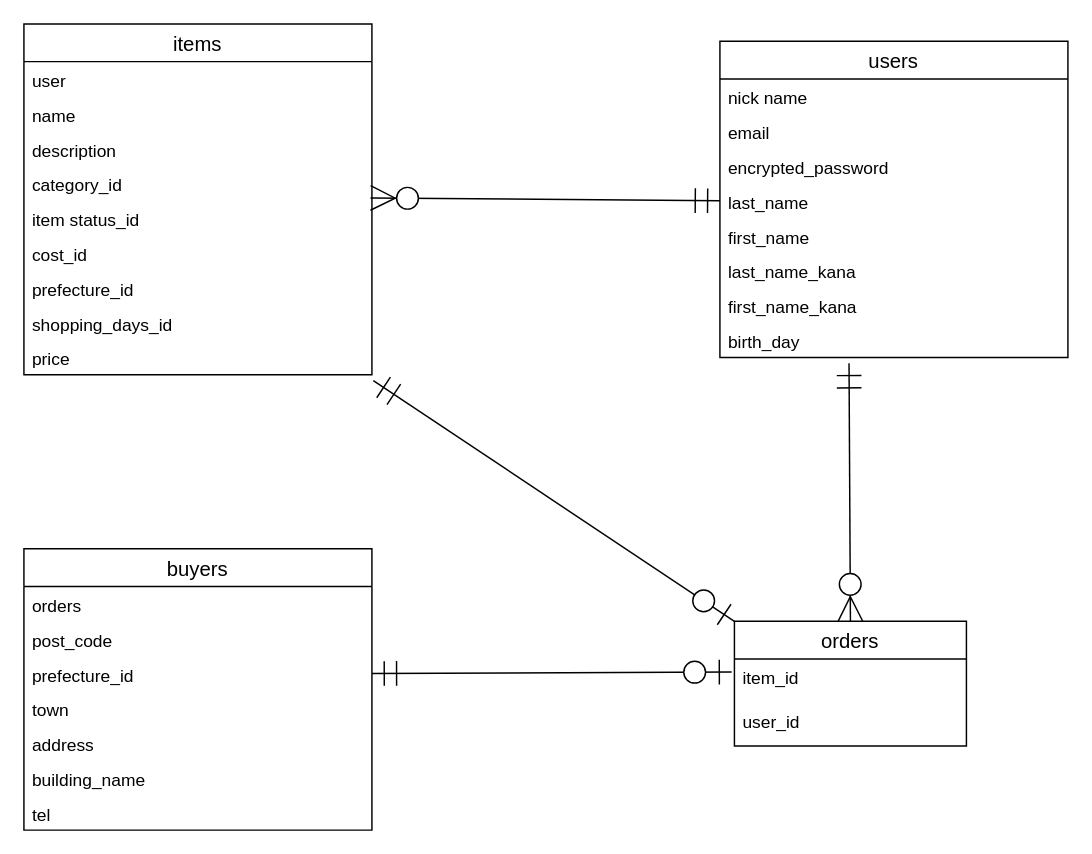
Falendre/furima-39219 keeps this draw.io diagram as frima.dio. Above is the earlier version. Source tidied: cells renumbered, new cells numbered last; positions are measured from the earlier drawing's top-left corner, leaving out a move shared by most shapes. Both pictures are drawn from the tidied source at 145%, with x=0, y=0 at pixel (23, 23).
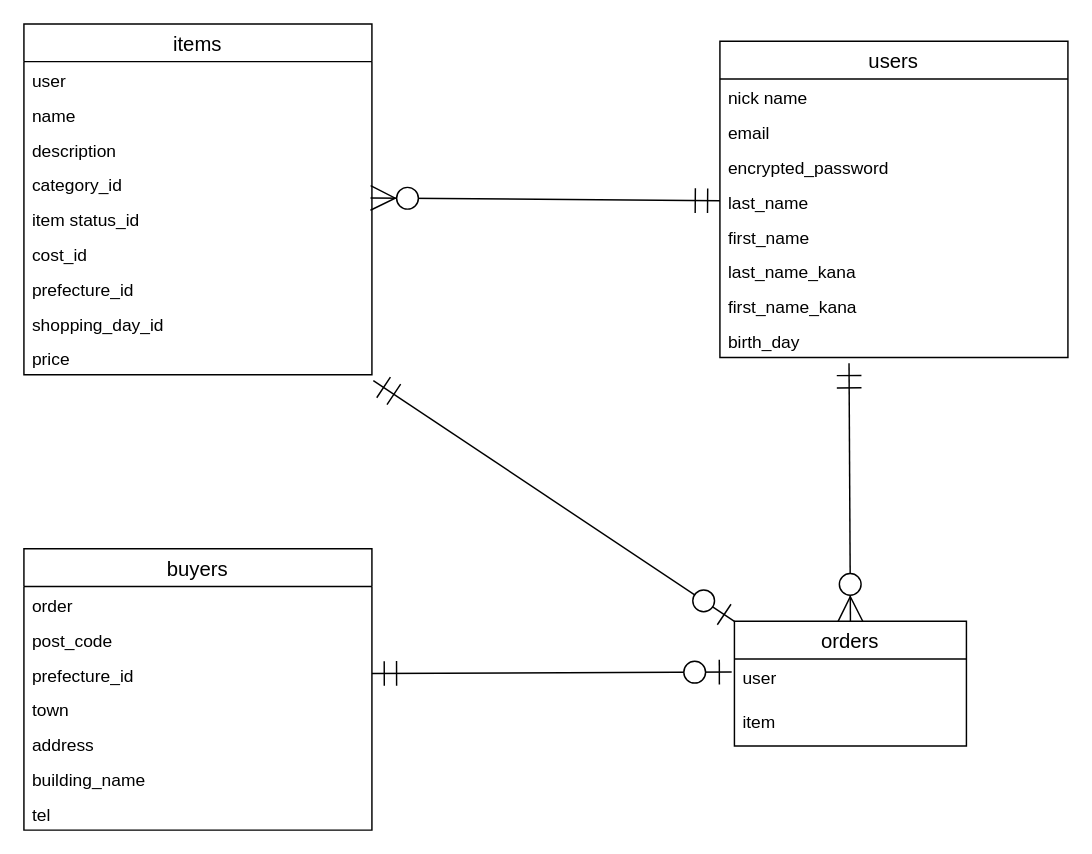
After the change.

The change refers to these unchanged cells:
```xml
<mxCell id="11" value="items" style="swimlane;fontStyle=0;horizontal=1;startSize=26;align=center;fontSize=14;" parent="1" vertex="1">
  <mxGeometry width="240" height="242" as="geometry" />
</mxCell>
<mxCell id="21" value="buyers" style="swimlane;fontStyle=0;horizontal=1;startSize=26;align=center;fontSize=14;" parent="1" vertex="1">
  <mxGeometry y="362" width="240" height="194" as="geometry" />
</mxCell>
<mxCell id="24" value="prefecture_id" style="text;strokeColor=none;fillColor=none;spacingLeft=4;spacingRight=4;overflow=hidden;points=[[0,0.5],[1,0.5]];portConstraint=eastwest;fontSize=12;" parent="21" vertex="1">
  <mxGeometry y="74" width="240" height="24" as="geometry" />
</mxCell>
<mxCell id="29" value="orders" style="swimlane;fontStyle=0;horizontal=1;startSize=26;align=center;fontSize=14;" parent="1" vertex="1">
  <mxGeometry x="490" y="412" width="160" height="86" as="geometry" />
</mxCell>
```

What changed in the source:
```diff
@@
-    <mxCell id="19" value="shopping_days_id" style="text;strokeColor=none;fillColor=none;spacingLeft=4;spacingRight=4;overflow=hidden;fontSize=12;" parent="11" vertex="1">
+    <mxCell id="19" value="shopping_day_id" style="text;strokeColor=none;fillColor=none;spacingLeft=4;spacingRight=4;overflow=hidden;fontSize=12;" parent="11" vertex="1">
       <mxGeometry y="194" width="240" height="24" as="geometry" />
     </mxCell>
@@
-    <mxCell id="22" value="orders" style="text;strokeColor=none;fillColor=none;spacingLeft=4;spacingRight=4;overflow=hidden;fontSize=12;" parent="21" vertex="1">
+    <mxCell id="22" value="order" style="text;strokeColor=none;fillColor=none;spacingLeft=4;spacingRight=4;overflow=hidden;fontSize=12;" parent="21" vertex="1">
       <mxGeometry y="26" width="240" height="24" as="geometry" />
     </mxCell>
@@
-    <mxCell id="30" value="item_id" style="text;strokeColor=none;fillColor=none;spacingLeft=4;spacingRight=4;overflow=hidden;points=[[0,0.5],[1,0.5]];portConstraint=eastwest;fontSize=12;" parent="29" vertex="1">
-      <mxGeometry y="26" width="160" height="30" as="geometry" />
-    </mxCell>
+    <mxCell id="36" value="user" style="text;strokeColor=none;fillColor=none;spacingLeft=4;spacingRight=4;overflow=hidden;fontSize=12;" parent="29" vertex="1">
+      <mxGeometry y="26" width="160" height="30" as="geometry" />
+    </mxCell>
-    <mxCell id="31" value="user_id" style="text;strokeColor=none;fillColor=none;spacingLeft=4;spacingRight=4;overflow=hidden;fontSize=12;" parent="29" vertex="1">
+    <mxCell id="31" value="item" style="text;strokeColor=none;fillColor=none;spacingLeft=4;spacingRight=4;overflow=hidden;fontSize=12;" parent="29" vertex="1">
       <mxGeometry y="56" width="160" height="30" as="geometry" />
     </mxCell>
@@
-    <mxCell id="35" style="fontSize=12;html=1;endArrow=ERzeroToOne;startArrow=ERmandOne;startSize=15;endSize=15;entryX=-0.012;entryY=0.3;entryDx=0;entryDy=0;exitX=1;exitY=0.5;exitDx=0;exitDy=0;entryPerimeter=0;" parent="1" edge="1" source="24" target="30">
-      <mxGeometry relative="1" as="geometry" />
+    <mxCell id="35" style="fontSize=12;html=1;endArrow=ERzeroToOne;startArrow=ERmandOne;startSize=15;endSize=15;entryX=-0.012;entryY=0.3;entryDx=0;entryDy=0;exitX=1;exitY=0.5;exitDx=0;exitDy=0;entryPerimeter=0;" parent="1" edge="1" source="24">
+      <mxGeometry relative="1" as="geometry">
+        <mxPoint x="488.1" y="447" as="targetPoint" />
+      </mxGeometry>
     </mxCell>
```
